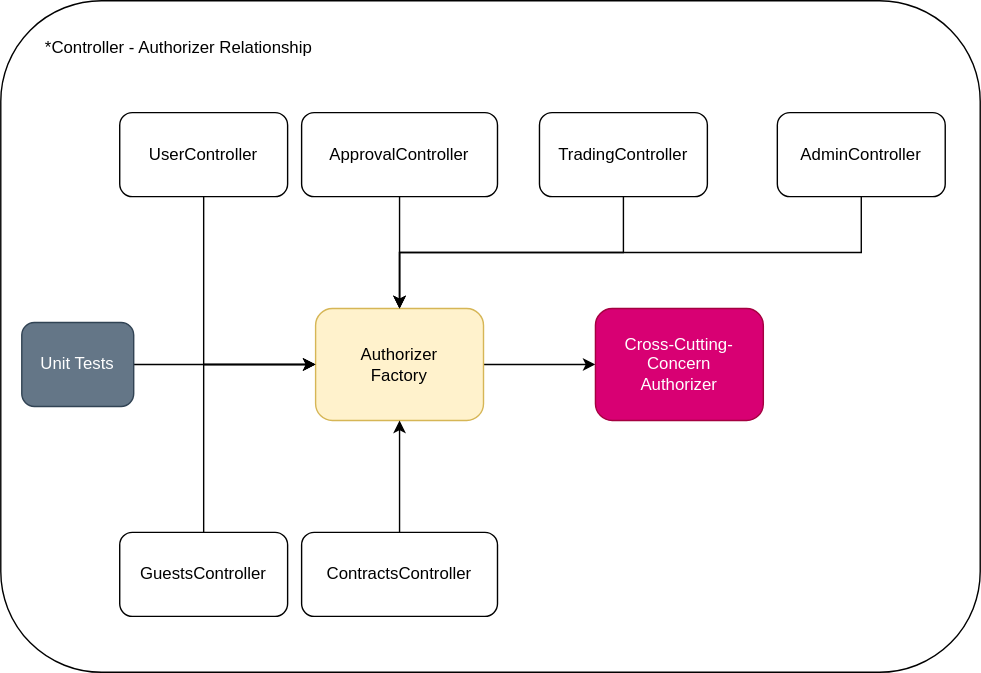
The draw.io diagram images/design-patterns-dependecy-injection-python/dependecy-injection-python-factory.svg in GabrielSlima/blog, before a commit. Source tidied: cells renumbered, new cells last; positions are measured from the earlier drawing's top-left corner, leaving out a move shared by most shapes. Source of this version:
```xml
<mxGraphModel>
  <root>
    <mxCell id="0" />
    <mxCell id="1" parent="0" />
    <mxCell id="2" value="&lt;div&gt;*Controller - Authorizer Relationship&lt;/div&gt;" style="rounded=1;whiteSpace=wrap;html=1;fillColor=none;align=left;verticalAlign=top;spacingLeft=30;spacingTop=20;" parent="1" vertex="1">
      <mxGeometry width="700" height="480" as="geometry" />
    </mxCell>
    <mxCell id="3" style="edgeStyle=orthogonalEdgeStyle;rounded=0;jettySize=auto;html=1;entryX=0;entryY=0.5;entryDx=0;entryDy=0;" parent="1" edge="1" source="4" target="6">
      <mxGeometry relative="1" as="geometry">
        <Array as="points">
          <mxPoint x="145" y="260" />
        </Array>
      </mxGeometry>
    </mxCell>
    <mxCell id="4" value="UserController" style="rounded=1;whiteSpace=wrap;html=1;" parent="1" vertex="1">
      <mxGeometry x="85" y="80" width="120" height="60" as="geometry" />
    </mxCell>
    <mxCell id="5" style="edgeStyle=orthogonalEdgeStyle;rounded=0;jettySize=auto;html=1;" parent="1" edge="1" source="6" target="17">
      <mxGeometry relative="1" as="geometry" />
    </mxCell>
    <mxCell id="6" value="&lt;div&gt;Authorizer&lt;/div&gt;&lt;div&gt;Factory&lt;br&gt;&lt;/div&gt;" style="rounded=1;whiteSpace=wrap;html=1;fillColor=#fff2cc;strokeColor=#d6b656;" parent="1" vertex="1">
      <mxGeometry x="225" y="220" width="120" height="80" as="geometry" />
    </mxCell>
    <mxCell id="7" style="edgeStyle=orthogonalEdgeStyle;rounded=0;jettySize=auto;html=1;" parent="1" edge="1" source="8" target="6">
      <mxGeometry relative="1" as="geometry">
        <Array as="points">
          <mxPoint x="145" y="260" />
        </Array>
      </mxGeometry>
    </mxCell>
    <mxCell id="8" value="GuestsController" style="rounded=1;whiteSpace=wrap;html=1;" parent="1" vertex="1">
      <mxGeometry x="85" y="380" width="120" height="60" as="geometry" />
    </mxCell>
    <mxCell id="9" style="edgeStyle=orthogonalEdgeStyle;rounded=0;jettySize=auto;html=1;entryX=0.5;entryY=0;entryDx=0;entryDy=0;" parent="1" edge="1" source="10" target="6">
      <mxGeometry relative="1" as="geometry">
        <Array as="points">
          <mxPoint x="615" y="180" />
          <mxPoint x="285" y="180" />
        </Array>
      </mxGeometry>
    </mxCell>
    <mxCell id="10" value="AdminController" style="rounded=1;whiteSpace=wrap;html=1;" parent="1" vertex="1">
      <mxGeometry x="555" y="80" width="120" height="60" as="geometry" />
    </mxCell>
    <mxCell id="11" style="edgeStyle=orthogonalEdgeStyle;rounded=0;jettySize=auto;html=1;entryX=0.5;entryY=0;entryDx=0;entryDy=0;" parent="1" edge="1" source="12" target="6">
      <mxGeometry relative="1" as="geometry">
        <Array as="points">
          <mxPoint x="445" y="180" />
          <mxPoint x="285" y="180" />
        </Array>
      </mxGeometry>
    </mxCell>
    <mxCell id="12" value="TradingController" style="rounded=1;whiteSpace=wrap;html=1;" parent="1" vertex="1">
      <mxGeometry x="385" y="80" width="120" height="60" as="geometry" />
    </mxCell>
    <mxCell id="13" style="edgeStyle=orthogonalEdgeStyle;rounded=0;jettySize=auto;html=1;" parent="1" edge="1" source="14" target="6">
      <mxGeometry relative="1" as="geometry" />
    </mxCell>
    <mxCell id="14" value="ApprovalController" style="rounded=1;whiteSpace=wrap;html=1;" parent="1" vertex="1">
      <mxGeometry x="215" y="80" width="140" height="60" as="geometry" />
    </mxCell>
    <mxCell id="15" style="edgeStyle=orthogonalEdgeStyle;rounded=0;jettySize=auto;html=1;" parent="1" edge="1" source="16" target="6">
      <mxGeometry relative="1" as="geometry" />
    </mxCell>
    <mxCell id="16" value="ContractsController" style="rounded=1;whiteSpace=wrap;html=1;" parent="1" vertex="1">
      <mxGeometry x="215" y="380" width="140" height="60" as="geometry" />
    </mxCell>
    <mxCell id="17" value="Cross-Cutting-Concern&lt;br&gt;Authorizer" style="rounded=1;whiteSpace=wrap;html=1;fillColor=#d80073;strokeColor=#A50040;fontColor=#ffffff;" parent="1" vertex="1">
      <mxGeometry x="425" y="220" width="120" height="80" as="geometry" />
    </mxCell>
    <mxCell id="18" style="edgeStyle=orthogonalEdgeStyle;rounded=0;jettySize=auto;html=1;" parent="1" edge="1" source="19" target="6">
      <mxGeometry relative="1" as="geometry" />
    </mxCell>
    <mxCell id="19" value="Unit Tests" style="rounded=1;whiteSpace=wrap;html=1;fillColor=#647687;strokeColor=#314354;fontColor=#ffffff;" parent="1" vertex="1">
      <mxGeometry x="15" y="230" width="80" height="60" as="geometry" />
    </mxCell>
  </root>
</mxGraphModel>
```
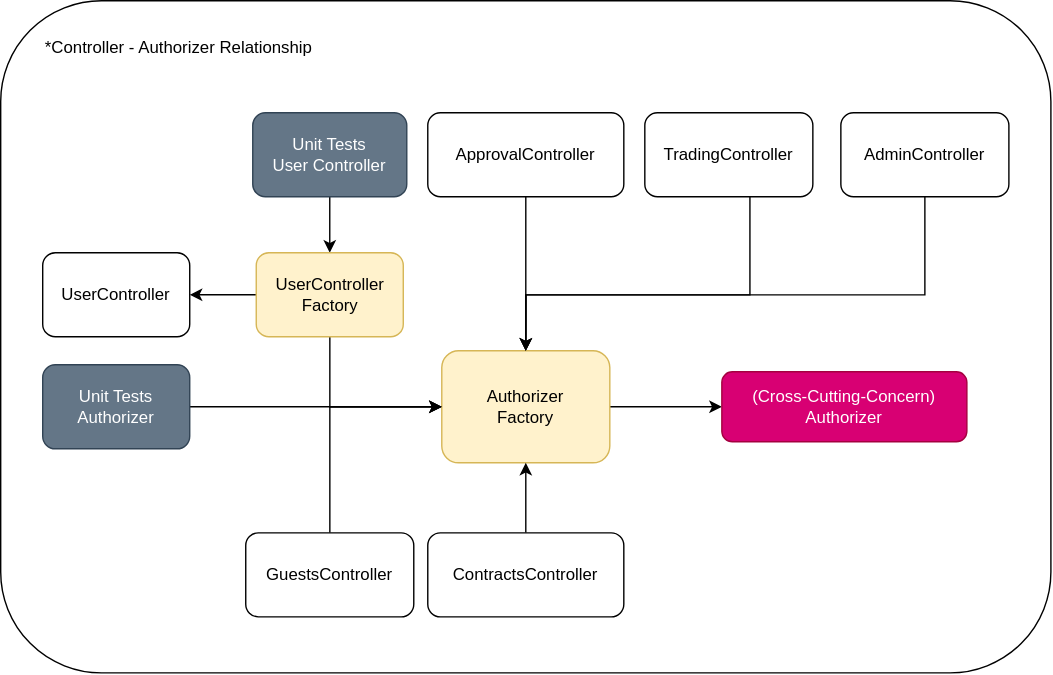
Later version of the same file.

Commit message:
Add factory usage example

Diff of the diagram source:
```diff
@@ -3,76 +3,88 @@
     <mxCell id="0" />
     <mxCell id="1" parent="0" />
     <mxCell id="2" value="&lt;div&gt;*Controller - Authorizer Relationship&lt;/div&gt;" style="rounded=1;whiteSpace=wrap;html=1;fillColor=none;align=left;verticalAlign=top;spacingLeft=30;spacingTop=20;" parent="1" vertex="1">
-      <mxGeometry width="700" height="480" as="geometry" />
+      <mxGeometry y="-20" width="750" height="480" as="geometry" />
     </mxCell>
-    <mxCell id="3" style="edgeStyle=orthogonalEdgeStyle;rounded=0;jettySize=auto;html=1;entryX=0;entryY=0.5;entryDx=0;entryDy=0;" parent="1" edge="1" source="4" target="6">
-      <mxGeometry relative="1" as="geometry">
-        <Array as="points">
-          <mxPoint x="145" y="260" />
-        </Array>
-      </mxGeometry>
-    </mxCell>
     <mxCell id="4" value="UserController" style="rounded=1;whiteSpace=wrap;html=1;" parent="1" vertex="1">
-      <mxGeometry x="85" y="80" width="120" height="60" as="geometry" />
+      <mxGeometry x="30" y="160" width="105" height="60" as="geometry" />
     </mxCell>
     <mxCell id="5" style="edgeStyle=orthogonalEdgeStyle;rounded=0;jettySize=auto;html=1;" parent="1" edge="1" source="6" target="17">
       <mxGeometry relative="1" as="geometry" />
     </mxCell>
     <mxCell id="6" value="&lt;div&gt;Authorizer&lt;/div&gt;&lt;div&gt;Factory&lt;br&gt;&lt;/div&gt;" style="rounded=1;whiteSpace=wrap;html=1;fillColor=#fff2cc;strokeColor=#d6b656;" parent="1" vertex="1">
-      <mxGeometry x="225" y="220" width="120" height="80" as="geometry" />
+      <mxGeometry x="315" y="230" width="120" height="80" as="geometry" />
     </mxCell>
     <mxCell id="7" style="edgeStyle=orthogonalEdgeStyle;rounded=0;jettySize=auto;html=1;" parent="1" edge="1" source="8" target="6">
       <mxGeometry relative="1" as="geometry">
         <Array as="points">
-          <mxPoint x="145" y="260" />
+          <mxPoint x="235" y="270" />
         </Array>
       </mxGeometry>
     </mxCell>
     <mxCell id="8" value="GuestsController" style="rounded=1;whiteSpace=wrap;html=1;" parent="1" vertex="1">
-      <mxGeometry x="85" y="380" width="120" height="60" as="geometry" />
+      <mxGeometry x="175" y="360" width="120" height="60" as="geometry" />
     </mxCell>
     <mxCell id="9" style="edgeStyle=orthogonalEdgeStyle;rounded=0;jettySize=auto;html=1;entryX=0.5;entryY=0;entryDx=0;entryDy=0;" parent="1" edge="1" source="10" target="6">
       <mxGeometry relative="1" as="geometry">
         <Array as="points">
-          <mxPoint x="615" y="180" />
-          <mxPoint x="285" y="180" />
+          <mxPoint x="660" y="190" />
+          <mxPoint x="375" y="190" />
         </Array>
       </mxGeometry>
     </mxCell>
     <mxCell id="10" value="AdminController" style="rounded=1;whiteSpace=wrap;html=1;" parent="1" vertex="1">
-      <mxGeometry x="555" y="80" width="120" height="60" as="geometry" />
+      <mxGeometry x="600" y="60" width="120" height="60" as="geometry" />
     </mxCell>
     <mxCell id="11" style="edgeStyle=orthogonalEdgeStyle;rounded=0;jettySize=auto;html=1;entryX=0.5;entryY=0;entryDx=0;entryDy=0;" parent="1" edge="1" source="12" target="6">
       <mxGeometry relative="1" as="geometry">
         <Array as="points">
-          <mxPoint x="445" y="180" />
-          <mxPoint x="285" y="180" />
+          <mxPoint x="535" y="190" />
+          <mxPoint x="375" y="190" />
         </Array>
       </mxGeometry>
     </mxCell>
     <mxCell id="12" value="TradingController" style="rounded=1;whiteSpace=wrap;html=1;" parent="1" vertex="1">
-      <mxGeometry x="385" y="80" width="120" height="60" as="geometry" />
+      <mxGeometry x="460" y="60" width="120" height="60" as="geometry" />
     </mxCell>
     <mxCell id="13" style="edgeStyle=orthogonalEdgeStyle;rounded=0;jettySize=auto;html=1;" parent="1" edge="1" source="14" target="6">
       <mxGeometry relative="1" as="geometry" />
     </mxCell>
     <mxCell id="14" value="ApprovalController" style="rounded=1;whiteSpace=wrap;html=1;" parent="1" vertex="1">
-      <mxGeometry x="215" y="80" width="140" height="60" as="geometry" />
+      <mxGeometry x="305" y="60" width="140" height="60" as="geometry" />
     </mxCell>
     <mxCell id="15" style="edgeStyle=orthogonalEdgeStyle;rounded=0;jettySize=auto;html=1;" parent="1" edge="1" source="16" target="6">
       <mxGeometry relative="1" as="geometry" />
     </mxCell>
     <mxCell id="16" value="ContractsController" style="rounded=1;whiteSpace=wrap;html=1;" parent="1" vertex="1">
-      <mxGeometry x="215" y="380" width="140" height="60" as="geometry" />
+      <mxGeometry x="305" y="360" width="140" height="60" as="geometry" />
     </mxCell>
-    <mxCell id="17" value="Cross-Cutting-Concern&lt;br&gt;Authorizer" style="rounded=1;whiteSpace=wrap;html=1;fillColor=#d80073;strokeColor=#A50040;fontColor=#ffffff;" parent="1" vertex="1">
-      <mxGeometry x="425" y="220" width="120" height="80" as="geometry" />
+    <mxCell id="17" value="(Cross-Cutting-Concern)&lt;br&gt;Authorizer" style="rounded=1;whiteSpace=wrap;html=1;fillColor=#d80073;strokeColor=#A50040;fontColor=#ffffff;" parent="1" vertex="1">
+      <mxGeometry x="515" y="245" width="175" height="50" as="geometry" />
     </mxCell>
     <mxCell id="18" style="edgeStyle=orthogonalEdgeStyle;rounded=0;jettySize=auto;html=1;" parent="1" edge="1" source="19" target="6">
       <mxGeometry relative="1" as="geometry" />
     </mxCell>
-    <mxCell id="19" value="Unit Tests" style="rounded=1;whiteSpace=wrap;html=1;fillColor=#647687;strokeColor=#314354;fontColor=#ffffff;" parent="1" vertex="1">
-      <mxGeometry x="15" y="230" width="80" height="60" as="geometry" />
+    <mxCell id="19" value="&lt;div&gt;Unit Tests&lt;/div&gt;&lt;div&gt;Authorizer&lt;br&gt;&lt;/div&gt;" style="rounded=1;whiteSpace=wrap;html=1;fillColor=#647687;strokeColor=#314354;fontColor=#ffffff;" parent="1" vertex="1">
+      <mxGeometry x="30" y="240" width="105" height="60" as="geometry" />
     </mxCell>
+    <mxCell id="20" style="edgeStyle=orthogonalEdgeStyle;rounded=0;jettySize=auto;html=1;" parent="1" edge="1" source="21" target="24">
+      <mxGeometry relative="1" as="geometry" />
+    </mxCell>
+    <mxCell id="21" value="&lt;div&gt;Unit Tests&lt;/div&gt;&lt;div&gt;User Controller&lt;br&gt;&lt;/div&gt;" style="rounded=1;whiteSpace=wrap;html=1;fillColor=#647687;strokeColor=#314354;fontColor=#ffffff;" parent="1" vertex="1">
+      <mxGeometry x="180" y="60" width="110" height="60" as="geometry" />
+    </mxCell>
+    <mxCell id="22" style="edgeStyle=orthogonalEdgeStyle;rounded=0;jettySize=auto;html=1;" parent="1" edge="1" source="24" target="4">
+      <mxGeometry relative="1" as="geometry" />
+    </mxCell>
+    <mxCell id="23" style="edgeStyle=orthogonalEdgeStyle;rounded=0;jettySize=auto;html=1;entryX=0;entryY=0.5;entryDx=0;entryDy=0;" parent="1" edge="1" source="24" target="6">
+      <mxGeometry relative="1" as="geometry">
+        <Array as="points">
+          <mxPoint x="235" y="270" />
+        </Array>
+      </mxGeometry>
+    </mxCell>
+    <mxCell id="24" value="UserController&lt;div&gt;Factory&lt;br&gt;&lt;/div&gt;" style="rounded=1;whiteSpace=wrap;html=1;fillColor=#fff2cc;strokeColor=#d6b656;" parent="1" vertex="1">
+      <mxGeometry x="182.5" y="160" width="105" height="60" as="geometry" />
+    </mxCell>
   </root>
 </mxGraphModel>
```
